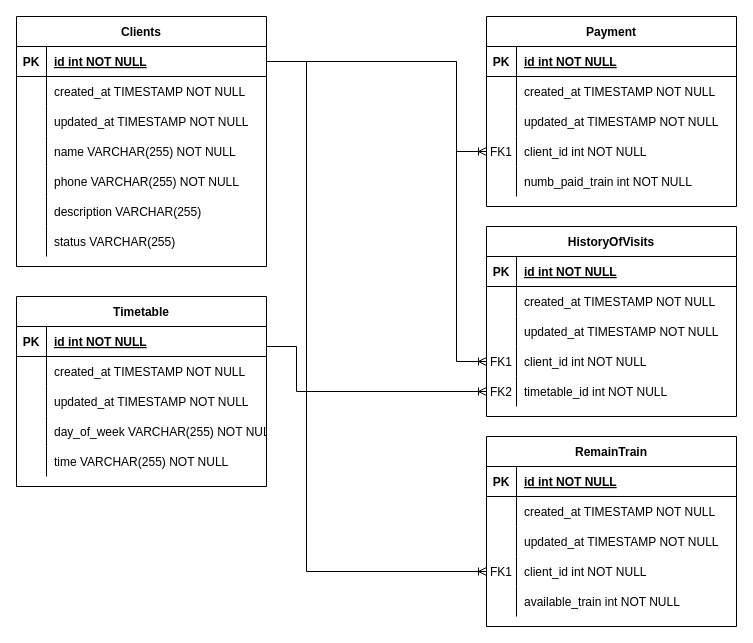
The draw.io diagram Структура БД.drawio in Kaptollika3d/telegramBot, before the edit. Source tidied: cells renumbered, new cells numbered last; positions are measured from the earlier drawing's top-left corner, leaving out a move shared by most shapes. Both pictures are drawn from the tidied source at 100%, with x=0, y=0 at pixel (16, 16).
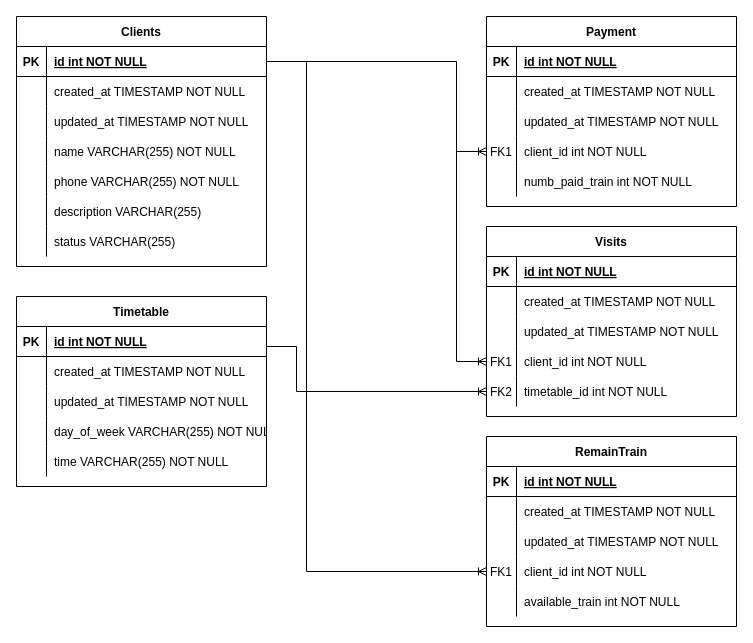
The same page after the edit.

Diff of the diagram source:
```diff
@@
-    <mxCell id="2" value="HistoryOfVisits" style="shape=table;startSize=30;childLayout=tableLayout;rowLines=0;fontStyle=1;align=center;" parent="1" vertex="1">
+    <mxCell id="2" value="Visits" style="shape=table;startSize=30;childLayout=tableLayout;rowLines=0;fontStyle=1;align=center;" parent="1" vertex="1">
       <mxGeometry x="470" y="210" width="250" height="190" as="geometry" />
     </mxCell>
```
